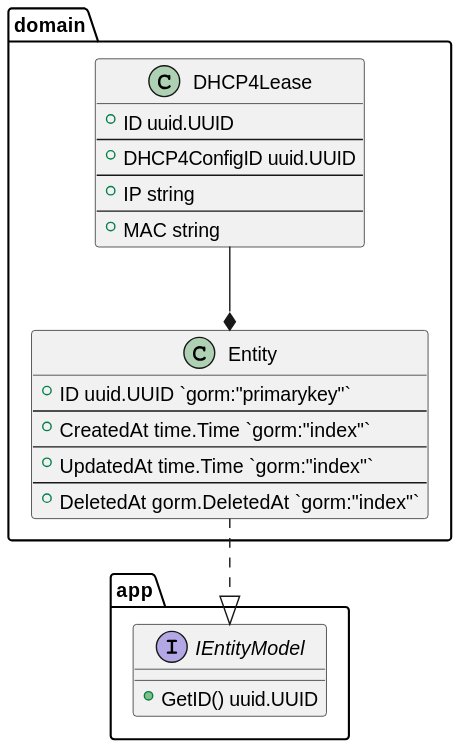
lf-edge/rol keeps this PlantUML diagram as docs/plantuml/entities/DHCP4Lease.svg. Above is the earlier version.
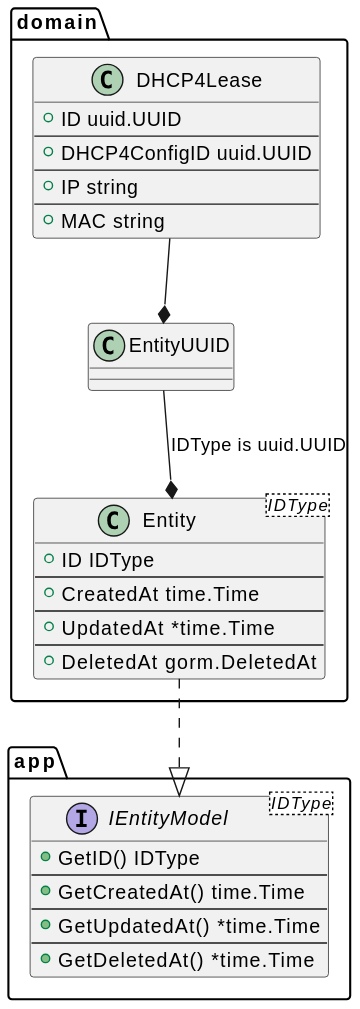
After the commit.

What changed in the source:
```diff
@@ -11,7 +11,7 @@
         --
         +MAC string
     }
-    DHCP4Lease -down-* Entity
+    DHCP4Lease -down-* EntityUUID
 }
 
 @enduml
```
